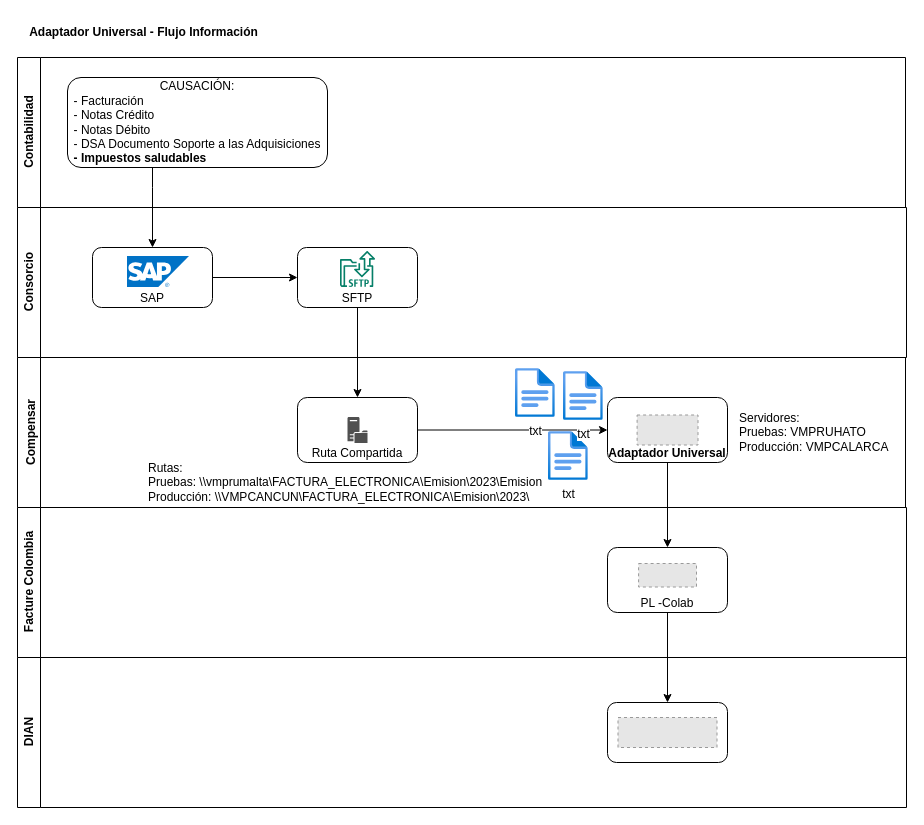
Earlier version of the draw.io diagram page "Adaptador Universal" (1 of 3) of Adaptador Universal.drawio (carlosvalderrama1204/diagrams). Source tidied: cells renumbered, new cells numbered last; positions are measured from the earlier drawing's top-left corner, leaving out a move shared by most shapes. Both pictures are drawn from the tidied source at 100%, with x=0, y=0 at pixel (17, 17). Pictures stored in the file or linked from it are replaced by grey dashed boxes.
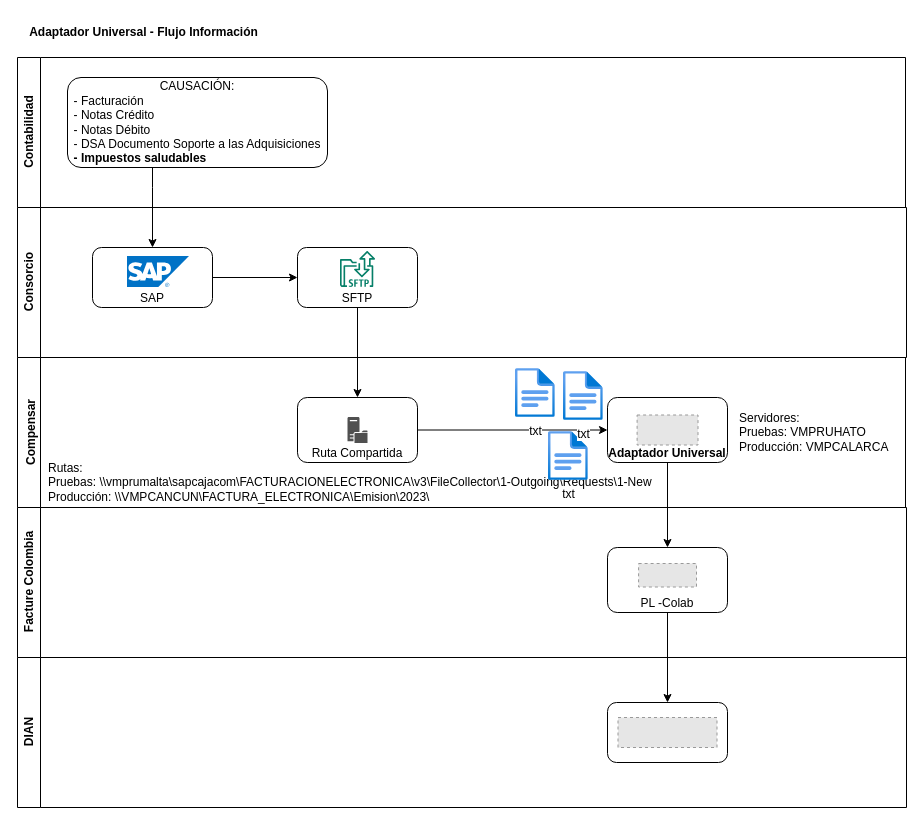
Above is the later version.

Unchanged cells that the change refers to:
```xml
<mxCell id="11" value="Compensar" style="swimlane;horizontal=0;whiteSpace=wrap;html=1;verticalAlign=bottom;" parent="1" vertex="1">
  <mxGeometry y="340" width="888" height="150" as="geometry" />
</mxCell>
```

What changed in the source:
```diff
@@
-    <mxCell id="17" value="Rutas:&lt;br&gt;Pruebas: \\vmprumalta\FACTURA_ELECTRONICA\Emision\2023\Emision&lt;br&gt;Producción: \\VMPCANCUN\FACTURA_ELECTRONICA\Emision\2023\" style="text;html=1;strokeColor=none;fillColor=none;align=left;verticalAlign=middle;whiteSpace=wrap;rounded=0;" parent="11" vertex="1">
-      <mxGeometry x="129" y="110" width="447" height="30" as="geometry" />
+    <mxCell id="17" value="Rutas:&lt;br&gt;Pruebas:&amp;nbsp;&lt;span&gt;\\vmprumalta\sapcajacom\FACTURACIONELECTRONICA\v3\FileCollector\1-Outgoing\Requests\1-New&lt;/span&gt;&lt;br&gt;Producción: \\VMPCANCUN\FACTURA_ELECTRONICA\Emision\2023\" style="text;html=1;strokeColor=none;fillColor=none;align=left;verticalAlign=middle;whiteSpace=wrap;rounded=0;" parent="11" vertex="1">
+      <mxGeometry x="29" y="110" width="731" height="30" as="geometry" />
     </mxCell>
```
